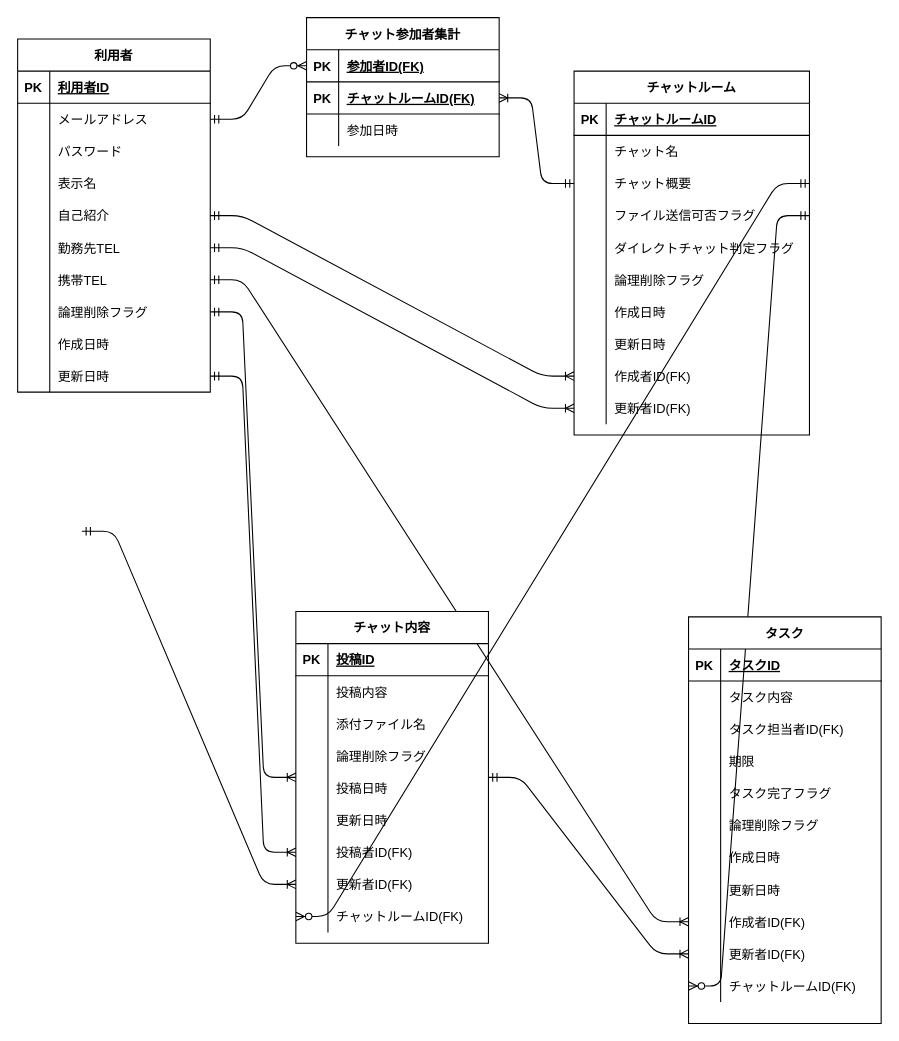
Earlier version of the draw.io diagram db/db-challenge1/erdiagram.drawio (labotinc/quelcode-db). Source tidied: cells renumbered, new cells numbered last; positions are measured from the earlier drawing's top-left corner, leaving out a move shared by most shapes. Both pictures are drawn from the tidied source at 107%, with x=0, y=0 at pixel (17, 17).
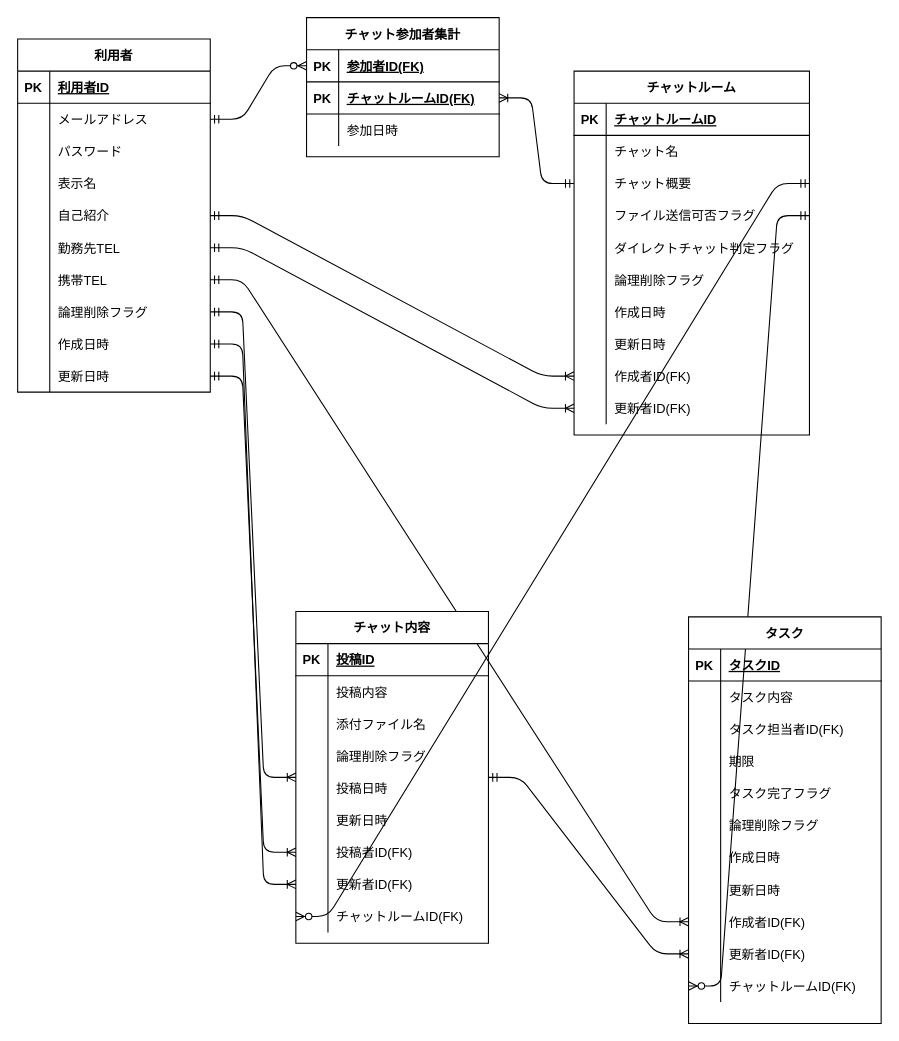
Above is the later version.

Commit message (it also covers changes not shown here):
add: データベース定義書、userテーブルの論理名を定義

userテーブルの論理名を決定

Unchanged cells that the change refers to:
```xml
<mxCell id="27" style="shape=partialRectangle;fillColor=none;top=0;left=0;bottom=0;right=0;points=[[0,0.5],[1,0.5]];portConstraint=eastwest;" parent="2" vertex="1">
  <mxGeometry y="270" width="180" height="30" as="geometry" />
</mxCell>
<mxCell id="141" style="shape=partialRectangle;fillColor=none;top=0;left=0;bottom=0;right=0;points=[[0,0.5],[1,0.5]];portConstraint=eastwest;" parent="119" vertex="1">
  <mxGeometry y="240" width="180" height="30" as="geometry" />
</mxCell>
```

The edit, as a diff of the source:
```diff
@@
-    <mxCell id="36" style="edgeStyle=entityRelationEdgeStyle;fontSize=12;html=1;endArrow=ERoneToMany;startArrow=ERmandOne;entryX=0;entryY=0.5;entryDx=0;entryDy=0;" parent="1" edge="1" target="141">
-      <mxGeometry relative="1" as="geometry">
-        <mxPoint x="60" y="480" as="sourcePoint" />
-      </mxGeometry>
+    <mxCell id="36" style="edgeStyle=entityRelationEdgeStyle;fontSize=12;html=1;endArrow=ERoneToMany;startArrow=ERmandOne;entryX=0;entryY=0.5;entryDx=0;entryDy=0;exitX=1;exitY=0.5;exitDx=0;exitDy=0;" parent="1" edge="1" source="27" target="141">
+      <mxGeometry relative="1" as="geometry" />
     </mxCell>
```
